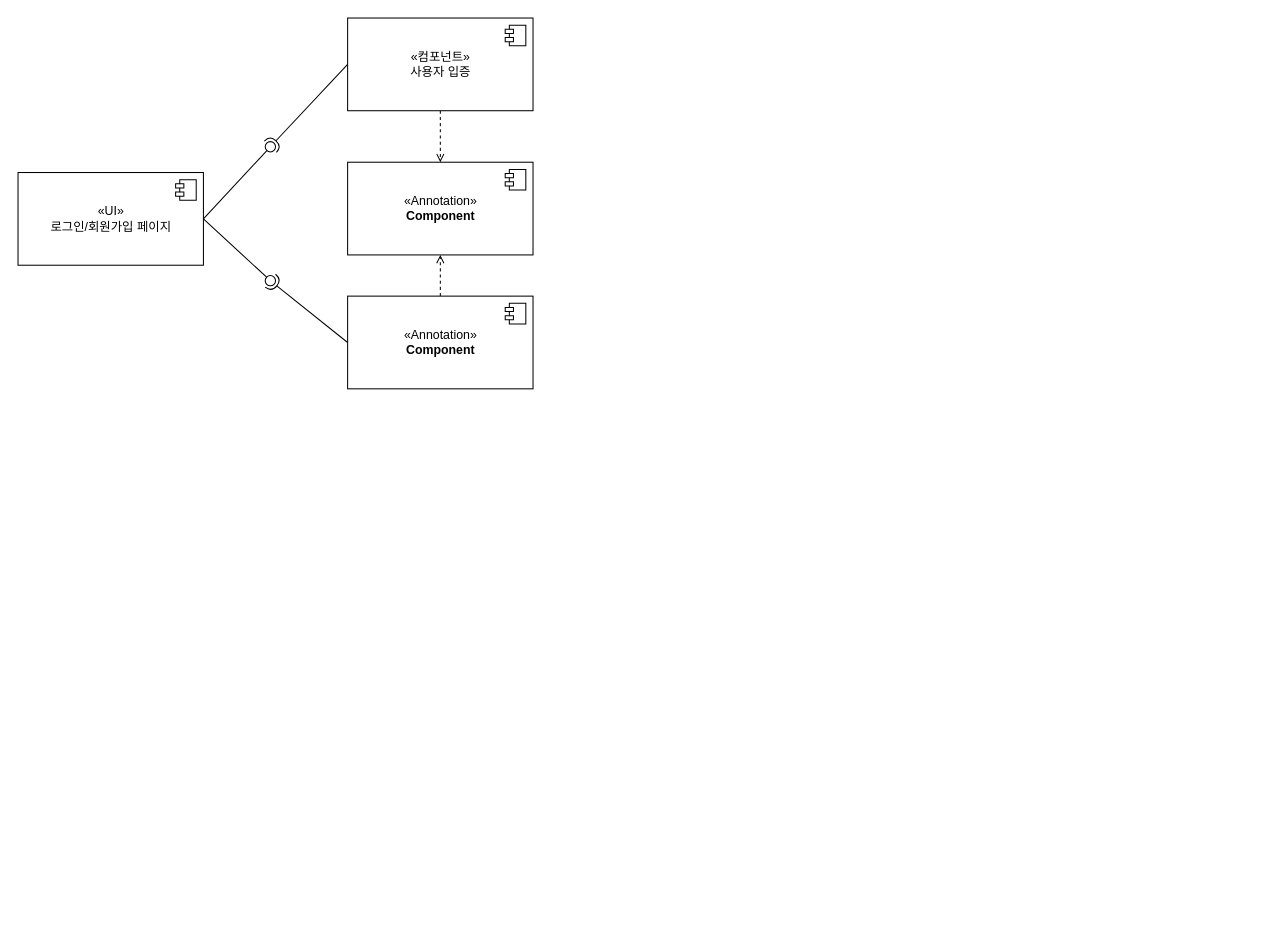
Above: Component Diagram.drawio in YHdoc/Merge-of-former-works (draw.io), before the change. Source tidied: cells renumbered, new cells numbered last; positions are measured from the earlier drawing's top-left corner, leaving out a move shared by most shapes. Both pictures are drawn from the tidied source at 103%, with x=0, y=0 at pixel (18, 18).
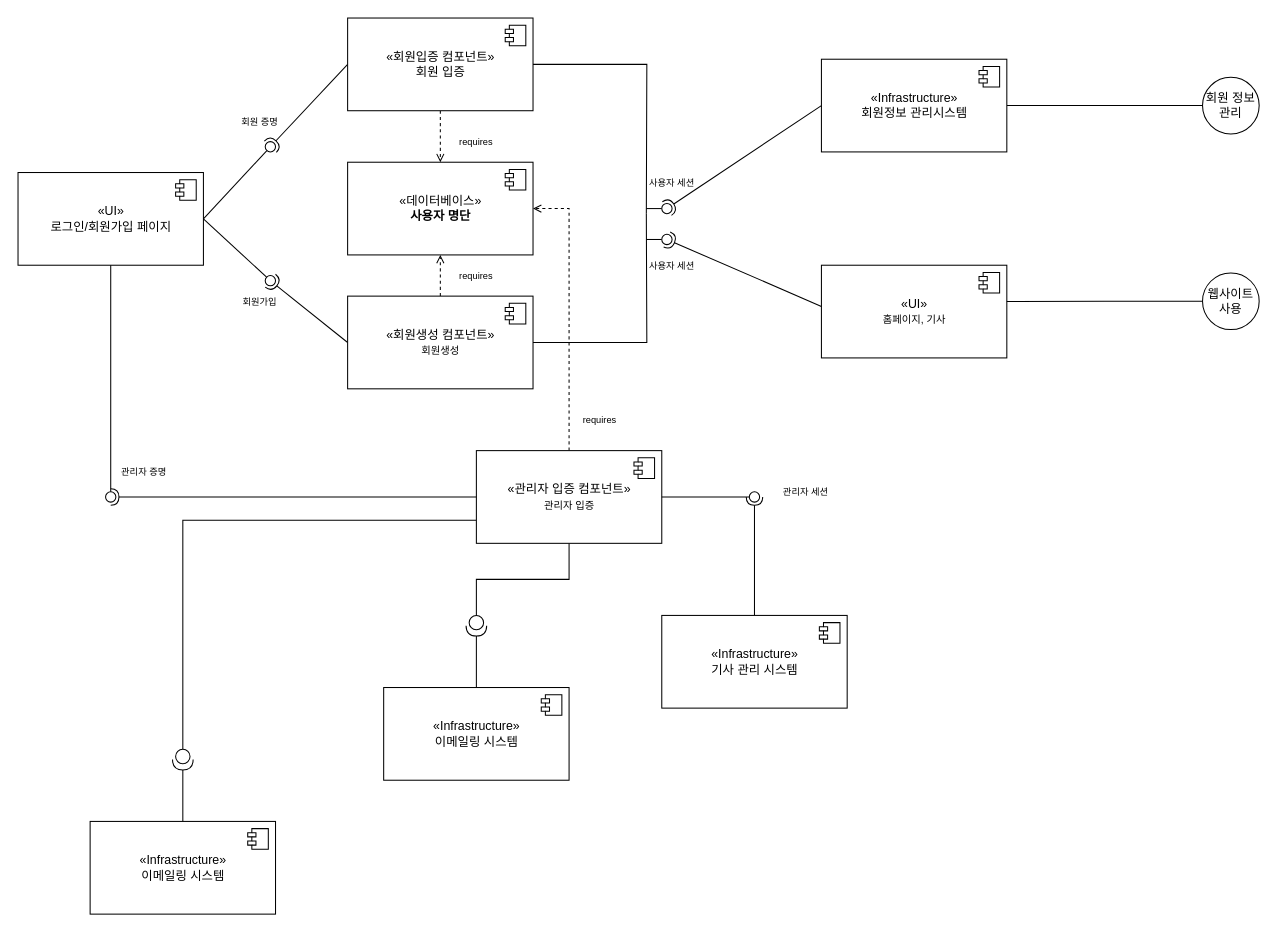
The same page after the edit.

Unchanged cells that the change refers to:
```xml
<mxCell id="2" value="«UI»&lt;br&gt;로그인/회원가입 페이지" style="html=1;" parent="1" vertex="1">
  <mxGeometry y="150" width="180" height="90" as="geometry" />
</mxCell>
```

Change to the diagram source:
```diff
@@
+    <mxCell id="18" style="edgeStyle=orthogonalEdgeStyle;rounded=0;jettySize=auto;html=1;exitX=1;exitY=0.5;exitDx=0;exitDy=0;endArrow=none;endFill=0;" parent="1" edge="1" source="8">
+      <mxGeometry relative="1" as="geometry">
+        <mxPoint x="610" y="190" as="targetPoint" />
+      </mxGeometry>
+    </mxCell>
-    <mxCell id="8" value="«컴포넌트»&lt;br&gt;사용자 입증" style="html=1;" parent="1" vertex="1">
+    <mxCell id="8" value="«회원입증 컴포넌트»&lt;br&gt;회원 입증" style="html=1;" parent="1" vertex="1">
       <mxGeometry x="320" width="180" height="90" as="geometry" />
     </mxCell>
@@
+    <mxCell id="19" style="edgeStyle=orthogonalEdgeStyle;rounded=0;jettySize=auto;html=1;exitX=1;exitY=0.5;exitDx=0;exitDy=0;endArrow=none;endFill=0;" parent="1" edge="1" source="14">
+      <mxGeometry relative="1" as="geometry">
+        <mxPoint x="610" y="190" as="targetPoint" />
+      </mxGeometry>
+    </mxCell>
-    <mxCell id="14" value="&amp;laquo;Annotation&amp;raquo;&lt;br/&gt;&lt;b&gt;Component&lt;/b&gt;" style="html=1;" parent="1" vertex="1">
+    <mxCell id="14" value="«회원생성 컴포넌트»&lt;br&gt;&lt;font style=&quot;font-size: 10px&quot;&gt;회원생성&lt;/font&gt;" style="html=1;" parent="1" vertex="1">
       <mxGeometry x="320" y="270" width="180" height="90" as="geometry" />
     </mxCell>
@@
-    <mxCell id="16" value="&amp;laquo;Annotation&amp;raquo;&lt;br/&gt;&lt;b&gt;Component&lt;/b&gt;" style="html=1;" parent="1" vertex="1">
+    <mxCell id="16" value="«데이터베이스»&lt;br&gt;&lt;b&gt;사용자 명단&lt;/b&gt;" style="html=1;" parent="1" vertex="1">
       <mxGeometry x="320" y="140" width="180" height="90" as="geometry" />
     </mxCell>
@@
+    <mxCell id="20" value="&lt;font style=&quot;font-size: 9px&quot;&gt;회원 증명&lt;/font&gt;" style="text;html=1;strokeColor=none;fillColor=none;align=center;verticalAlign=middle;whiteSpace=wrap;rounded=0;" parent="1" vertex="1">
+      <mxGeometry x="210" y="90" width="50" height="20" as="geometry" />
+    </mxCell>
+    <mxCell id="21" value="&lt;font style=&quot;font-size: 9px&quot;&gt;회원가입&lt;/font&gt;" style="text;html=1;strokeColor=none;fillColor=none;align=center;verticalAlign=middle;whiteSpace=wrap;rounded=0;" parent="1" vertex="1">
+      <mxGeometry x="210" y="265" width="50" height="20" as="geometry" />
+    </mxCell>
+    <mxCell id="22" style="rounded=0;jettySize=auto;html=1;endArrow=none;endFill=0;" parent="1" edge="1" target="24">
+      <mxGeometry relative="1" as="geometry">
+        <mxPoint x="610" y="185" as="sourcePoint" />
+      </mxGeometry>
+    </mxCell>
+    <mxCell id="23" style="rounded=0;jettySize=auto;html=1;endArrow=halfCircle;endFill=0;entryX=0.5;entryY=0.5;entryDx=0;entryDy=0;endSize=6;strokeWidth=1;exitX=0;exitY=0.5;exitDx=0;exitDy=0;" parent="1" edge="1" source="27" target="24">
+      <mxGeometry relative="1" as="geometry" />
+    </mxCell>
+    <mxCell id="24" style="ellipse;whiteSpace=wrap;html=1;fontFamily=Helvetica;fontSize=12;fontColor=#000000;align=center;strokeColor=#000000;fillColor=#ffffff;points=[];" parent="1" vertex="1">
+      <mxGeometry x="625" y="180" width="10" height="10" as="geometry" />
+    </mxCell>
+    <mxCell id="25" value="&lt;font style=&quot;font-size: 9px&quot;&gt;사용자 세션&lt;/font&gt;" style="text;html=1;strokeColor=none;fillColor=none;align=center;verticalAlign=middle;whiteSpace=wrap;rounded=0;" parent="1" vertex="1">
+      <mxGeometry x="600" y="150" width="70" height="20" as="geometry" />
+    </mxCell>
+    <mxCell id="26" style="edgeStyle=orthogonalEdgeStyle;rounded=0;jettySize=auto;html=1;exitX=1;exitY=0.5;exitDx=0;exitDy=0;startArrow=none;startFill=0;endArrow=none;endFill=0;entryX=0;entryY=0.5;entryDx=0;entryDy=0;" parent="1" edge="1" source="27" target="53">
+      <mxGeometry relative="1" as="geometry" />
+    </mxCell>
+    <mxCell id="27" value="«Infrastructure»&lt;br&gt;회원정보 관리시스템" style="html=1;" parent="1" vertex="1">
+      <mxGeometry x="780" y="40" width="180" height="90" as="geometry" />
+    </mxCell>
+    <mxCell id="28" style="shape=module;jettyWidth=8;jettyHeight=4;" parent="27" vertex="1">
+      <mxGeometry x="1" width="20" height="20" relative="1" as="geometry">
+        <mxPoint x="-27" y="7" as="offset" />
+      </mxGeometry>
+    </mxCell>
+    <mxCell id="29" style="rounded=0;jettySize=auto;html=1;endArrow=none;endFill=0;" parent="1" edge="1" target="31">
+      <mxGeometry relative="1" as="geometry">
+        <mxPoint x="610" y="215" as="sourcePoint" />
+      </mxGeometry>
+    </mxCell>
+    <mxCell id="30" style="rounded=0;jettySize=auto;html=1;endArrow=halfCircle;endFill=0;entryX=0.5;entryY=0.5;entryDx=0;entryDy=0;endSize=6;strokeWidth=1;" parent="1" edge="1" target="31">
+      <mxGeometry relative="1" as="geometry">
+        <mxPoint x="780" y="280" as="sourcePoint" />
+      </mxGeometry>
+    </mxCell>
+    <mxCell id="31" style="ellipse;whiteSpace=wrap;html=1;fontFamily=Helvetica;fontSize=12;fontColor=#000000;align=center;strokeColor=#000000;fillColor=#ffffff;points=[];" parent="1" vertex="1">
+      <mxGeometry x="625" y="210" width="10" height="10" as="geometry" />
+    </mxCell>
+    <mxCell id="32" value="«UI»&lt;br&gt;&lt;span style=&quot;font-size: 10px&quot;&gt;홈페이지, 기사&lt;/span&gt;" style="html=1;" parent="1" vertex="1">
+      <mxGeometry x="780" y="240" width="180" height="90" as="geometry" />
+    </mxCell>
+    <mxCell id="33" style="shape=module;jettyWidth=8;jettyHeight=4;" parent="32" vertex="1">
+      <mxGeometry x="1" width="20" height="20" relative="1" as="geometry">
+        <mxPoint x="-27" y="7" as="offset" />
+      </mxGeometry>
+    </mxCell>
+    <mxCell id="34" value="&lt;font style=&quot;font-size: 9px&quot;&gt;requires&lt;/font&gt;" style="text;html=1;strokeColor=none;fillColor=none;align=center;verticalAlign=middle;whiteSpace=wrap;rounded=0;" parent="1" vertex="1">
+      <mxGeometry x="420" y="110" width="50" height="20" as="geometry" />
+    </mxCell>
+    <mxCell id="35" value="&lt;font style=&quot;font-size: 9px&quot;&gt;requires&lt;/font&gt;" style="text;html=1;strokeColor=none;fillColor=none;align=center;verticalAlign=middle;whiteSpace=wrap;rounded=0;" parent="1" vertex="1">
+      <mxGeometry x="420" y="240" width="50" height="20" as="geometry" />
+    </mxCell>
+    <mxCell id="36" value="&lt;font style=&quot;font-size: 9px&quot;&gt;사용자 세션&lt;/font&gt;" style="text;html=1;strokeColor=none;fillColor=none;align=center;verticalAlign=middle;whiteSpace=wrap;rounded=0;" parent="1" vertex="1">
+      <mxGeometry x="600" y="230" width="70" height="20" as="geometry" />
+    </mxCell>
+    <mxCell id="37" style="edgeStyle=orthogonalEdgeStyle;rounded=0;jettySize=auto;html=1;exitX=0.5;exitY=0;exitDx=0;exitDy=0;entryX=1;entryY=0.5;entryDx=0;entryDy=0;endArrow=open;endFill=0;startArrow=none;startFill=0;dashed=1;" parent="1" edge="1" source="40" target="16">
+      <mxGeometry relative="1" as="geometry" />
+    </mxCell>
+    <mxCell id="38" style="edgeStyle=orthogonalEdgeStyle;rounded=0;jettySize=auto;html=1;exitX=0.5;exitY=1;exitDx=0;exitDy=0;startArrow=none;startFill=0;endArrow=none;endFill=0;" parent="1" edge="1" source="40" target="57">
+      <mxGeometry relative="1" as="geometry" />
+    </mxCell>
+    <mxCell id="39" style="edgeStyle=orthogonalEdgeStyle;rounded=0;jettySize=auto;html=1;exitX=0;exitY=0.75;exitDx=0;exitDy=0;startArrow=none;startFill=0;endArrow=none;endFill=0;" parent="1" edge="1" source="40" target="61">
+      <mxGeometry relative="1" as="geometry" />
+    </mxCell>
+    <mxCell id="40" value="«관리자 입증 컴포넌트»&lt;br&gt;&lt;font style=&quot;font-size: 10px&quot;&gt;관리자 입증&lt;/font&gt;" style="html=1;" parent="1" vertex="1">
+      <mxGeometry x="445" y="420" width="180" height="90" as="geometry" />
+    </mxCell>
+    <mxCell id="41" style="shape=module;jettyWidth=8;jettyHeight=4;" parent="40" vertex="1">
+      <mxGeometry x="1" width="20" height="20" relative="1" as="geometry">
+        <mxPoint x="-27" y="7" as="offset" />
+      </mxGeometry>
+    </mxCell>
+    <mxCell id="42" style="rounded=0;jettySize=auto;html=1;endArrow=none;endFill=0;exitX=0.5;exitY=1;exitDx=0;exitDy=0;" parent="1" edge="1" source="2" target="44">
+      <mxGeometry relative="1" as="geometry" />
+    </mxCell>
+    <mxCell id="43" style="rounded=0;jettySize=auto;html=1;endArrow=halfCircle;endFill=0;entryX=0.5;entryY=0.5;entryDx=0;entryDy=0;endSize=6;strokeWidth=1;exitX=0;exitY=0.5;exitDx=0;exitDy=0;" parent="1" edge="1" source="40" target="44">
+      <mxGeometry relative="1" as="geometry" />
+    </mxCell>
+    <mxCell id="44" style="ellipse;whiteSpace=wrap;html=1;fontFamily=Helvetica;fontSize=12;fontColor=#000000;align=center;strokeColor=#000000;fillColor=#ffffff;points=[];" parent="1" vertex="1">
+      <mxGeometry x="85" y="460" width="10" height="10" as="geometry" />
+    </mxCell>
+    <mxCell id="45" value="&lt;font style=&quot;font-size: 9px&quot;&gt;관리자 증명&lt;/font&gt;" style="text;html=1;strokeColor=none;fillColor=none;align=center;verticalAlign=middle;whiteSpace=wrap;rounded=0;" parent="1" vertex="1">
+      <mxGeometry x="95" y="430" width="55" height="20" as="geometry" />
+    </mxCell>
+    <mxCell id="46" style="rounded=0;jettySize=auto;html=1;endArrow=none;endFill=0;exitX=1;exitY=0.5;exitDx=0;exitDy=0;" parent="1" edge="1" source="40" target="48">
+      <mxGeometry relative="1" as="geometry" />
+    </mxCell>
+    <mxCell id="47" style="rounded=0;jettySize=auto;html=1;endArrow=halfCircle;endFill=0;entryX=0.5;entryY=0.5;entryDx=0;entryDy=0;endSize=6;strokeWidth=1;" parent="1" edge="1" target="48">
+      <mxGeometry relative="1" as="geometry">
+        <mxPoint x="715" y="580" as="sourcePoint" />
+      </mxGeometry>
+    </mxCell>
+    <mxCell id="48" style="ellipse;whiteSpace=wrap;html=1;fontFamily=Helvetica;fontSize=12;fontColor=#000000;align=center;strokeColor=#000000;fillColor=#ffffff;points=[];" parent="1" vertex="1">
+      <mxGeometry x="710" y="460" width="10" height="10" as="geometry" />
+    </mxCell>
+    <mxCell id="49" value="&lt;font style=&quot;font-size: 9px&quot;&gt;관리자 세션&lt;/font&gt;" style="text;html=1;strokeColor=none;fillColor=none;align=center;verticalAlign=middle;whiteSpace=wrap;rounded=0;" parent="1" vertex="1">
+      <mxGeometry x="730" y="450" width="70" height="20" as="geometry" />
+    </mxCell>
+    <mxCell id="50" value="&lt;font style=&quot;font-size: 9px&quot;&gt;requires&lt;/font&gt;" style="text;html=1;strokeColor=none;fillColor=none;align=center;verticalAlign=middle;whiteSpace=wrap;rounded=0;" parent="1" vertex="1">
+      <mxGeometry x="540" y="380" width="50" height="20" as="geometry" />
+    </mxCell>
+    <mxCell id="51" value="«Infrastructure»&lt;br&gt;기사 관리 시스템" style="html=1;" parent="1" vertex="1">
+      <mxGeometry x="625" y="580" width="180" height="90" as="geometry" />
+    </mxCell>
+    <mxCell id="52" style="shape=module;jettyWidth=8;jettyHeight=4;" parent="51" vertex="1">
+      <mxGeometry x="1" width="20" height="20" relative="1" as="geometry">
+        <mxPoint x="-27" y="7" as="offset" />
+      </mxGeometry>
+    </mxCell>
+    <mxCell id="53" value="회원 정보 관리" style="ellipse;whiteSpace=wrap;html=1;" parent="1" vertex="1">
+      <mxGeometry x="1150" y="57.5" width="55" height="55" as="geometry" />
+    </mxCell>
+    <mxCell id="54" style="edgeStyle=orthogonalEdgeStyle;rounded=0;jettySize=auto;html=1;exitX=0;exitY=0.5;exitDx=0;exitDy=0;entryX=1;entryY=0.392;entryDx=0;entryDy=0;entryPerimeter=0;startArrow=none;startFill=0;endArrow=none;endFill=0;" parent="1" edge="1" source="55" target="32">
+      <mxGeometry relative="1" as="geometry" />
+    </mxCell>
+    <mxCell id="55" value="웹사이트 사용" style="ellipse;whiteSpace=wrap;html=1;" parent="1" vertex="1">
+      <mxGeometry x="1150" y="247.5" width="55" height="55" as="geometry" />
+    </mxCell>
+    <mxCell id="56" style="edgeStyle=orthogonalEdgeStyle;rounded=0;jettySize=auto;html=1;exitX=1;exitY=0.5;exitDx=0;exitDy=0;exitPerimeter=0;startArrow=none;startFill=0;endArrow=none;endFill=0;entryX=0.5;entryY=0;entryDx=0;entryDy=0;" parent="1" edge="1" source="57" target="58">
+      <mxGeometry relative="1" as="geometry" />
+    </mxCell>
+    <mxCell id="57" style="shape=providedRequiredInterface;html=1;verticalLabelPosition=bottom;direction=south;" parent="1" vertex="1">
+      <mxGeometry x="435" y="580" width="20" height="20" as="geometry" />
+    </mxCell>
+    <mxCell id="58" value="«Infrastructure»&lt;br&gt;이메일링 시스템" style="html=1;" parent="1" vertex="1">
+      <mxGeometry x="355" y="650" width="180" height="90" as="geometry" />
+    </mxCell>
+    <mxCell id="59" style="shape=module;jettyWidth=8;jettyHeight=4;" parent="58" vertex="1">
+      <mxGeometry x="1" width="20" height="20" relative="1" as="geometry">
+        <mxPoint x="-27" y="7" as="offset" />
+      </mxGeometry>
+    </mxCell>
+    <mxCell id="60" style="edgeStyle=orthogonalEdgeStyle;rounded=0;jettySize=auto;html=1;exitX=1;exitY=0.5;exitDx=0;exitDy=0;exitPerimeter=0;entryX=0.5;entryY=0;entryDx=0;entryDy=0;startArrow=none;startFill=0;endArrow=none;endFill=0;" parent="1" edge="1" source="61" target="62">
+      <mxGeometry relative="1" as="geometry" />
+    </mxCell>
+    <mxCell id="61" style="shape=providedRequiredInterface;html=1;verticalLabelPosition=bottom;direction=south;" parent="1" vertex="1">
+      <mxGeometry x="150" y="710" width="20" height="20" as="geometry" />
+    </mxCell>
+    <mxCell id="62" value="«Infrastructure»&lt;br&gt;이메일링 시스템" style="html=1;" parent="1" vertex="1">
+      <mxGeometry x="70" y="780" width="180" height="90" as="geometry" />
+    </mxCell>
+    <mxCell id="63" style="shape=module;jettyWidth=8;jettyHeight=4;" parent="62" vertex="1">
+      <mxGeometry x="1" width="20" height="20" relative="1" as="geometry">
+        <mxPoint x="-27" y="7" as="offset" />
+      </mxGeometry>
+    </mxCell>
```
